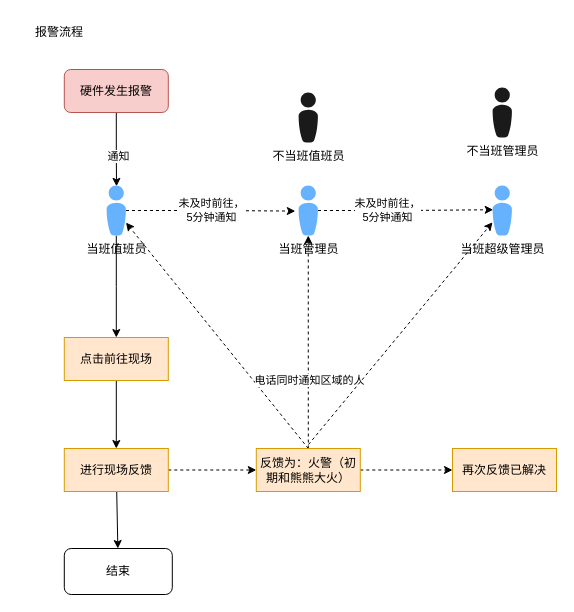
Above: Untitled Diagram.drawio in WantWeag/Wantweag.github.io (draw.io), before the change. Source tidied: cells renumbered, new cells numbered last; positions are measured from the earlier drawing's top-left corner, leaving out a move shared by most shapes. Both pictures are drawn from the tidied source at 100%, with x=0, y=0 at pixel (29, 17).
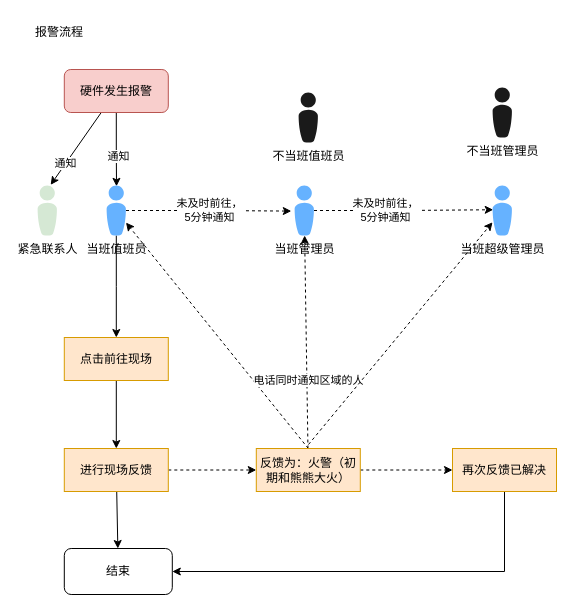
The same page after the edit.

Unchanged cells that the change refers to:
```xml
<mxCell id="5" value="硬件发生报警" style="rounded=1;whiteSpace=wrap;html=1;fillColor=#f8cecc;strokeColor=#b85450;" parent="1" vertex="1">
  <mxGeometry x="34.8" y="52" width="104" height="43" as="geometry" />
</mxCell>
<mxCell id="26" value="再次反馈已解决" style="rounded=0;whiteSpace=wrap;html=1;fillColor=#ffe6cc;strokeColor=#d79b00;" parent="1" vertex="1">
  <mxGeometry x="423" y="431" width="104" height="43" as="geometry" />
</mxCell>
<mxCell id="27" value="结束" style="rounded=1;whiteSpace=wrap;html=1;shadow=0;align=center;" parent="1" vertex="1">
  <mxGeometry x="34.8" y="531" width="108" height="46" as="geometry" />
</mxCell>
```

What changed in the source:
```diff
@@
+    <mxCell id="28" style="edgeStyle=none;rounded=0;jettySize=auto;html=1;entryX=0.675;entryY=-0.013;entryDx=0;entryDy=0;entryPerimeter=0;" parent="1" edge="1" source="5" target="31">
+      <mxGeometry relative="1" as="geometry" />
+    </mxCell>
+    <mxCell id="29" value="通知" style="edgeLabel;html=1;align=center;verticalAlign=middle;" parent="28" vertex="1">
+      <mxGeometry x="0.4" y="-1" relative="1" as="geometry" />
+    </mxCell>
@@
     <mxCell id="11" value="当班管理员" style="verticalLabelPosition=bottom;sketch=0;html=1;fillColor=#66B2FF;strokeColor=none;verticalAlign=top;align=center;shape=mxgraph.cisco_safe.people_places_things_icons.icon8;" parent="1" vertex="1">
-      <mxGeometry x="269" y="168" width="19.5" height="50" as="geometry" />
+      <mxGeometry x="265" y="168" width="19.5" height="50" as="geometry" />
     </mxCell>
@@
+    <mxCell id="30" style="edgeStyle=orthogonalEdgeStyle;rounded=0;jettySize=auto;html=1;entryX=1;entryY=0.5;entryDx=0;entryDy=0;" parent="1" edge="1" source="26" target="27">
+      <mxGeometry relative="1" as="geometry">
+        <Array as="points">
+          <mxPoint x="475" y="554" />
+        </Array>
+      </mxGeometry>
+    </mxCell>
@@
+    <mxCell id="31" value="紧急联系人" style="verticalLabelPosition=bottom;sketch=0;html=1;fillColor=#d5e8d4;strokeColor=#82b366;verticalAlign=top;align=center;shape=mxgraph.cisco_safe.people_places_things_icons.icon8;" parent="1" vertex="1">
+      <mxGeometry x="8" y="168" width="19.5" height="50" as="geometry" />
+    </mxCell>
```
